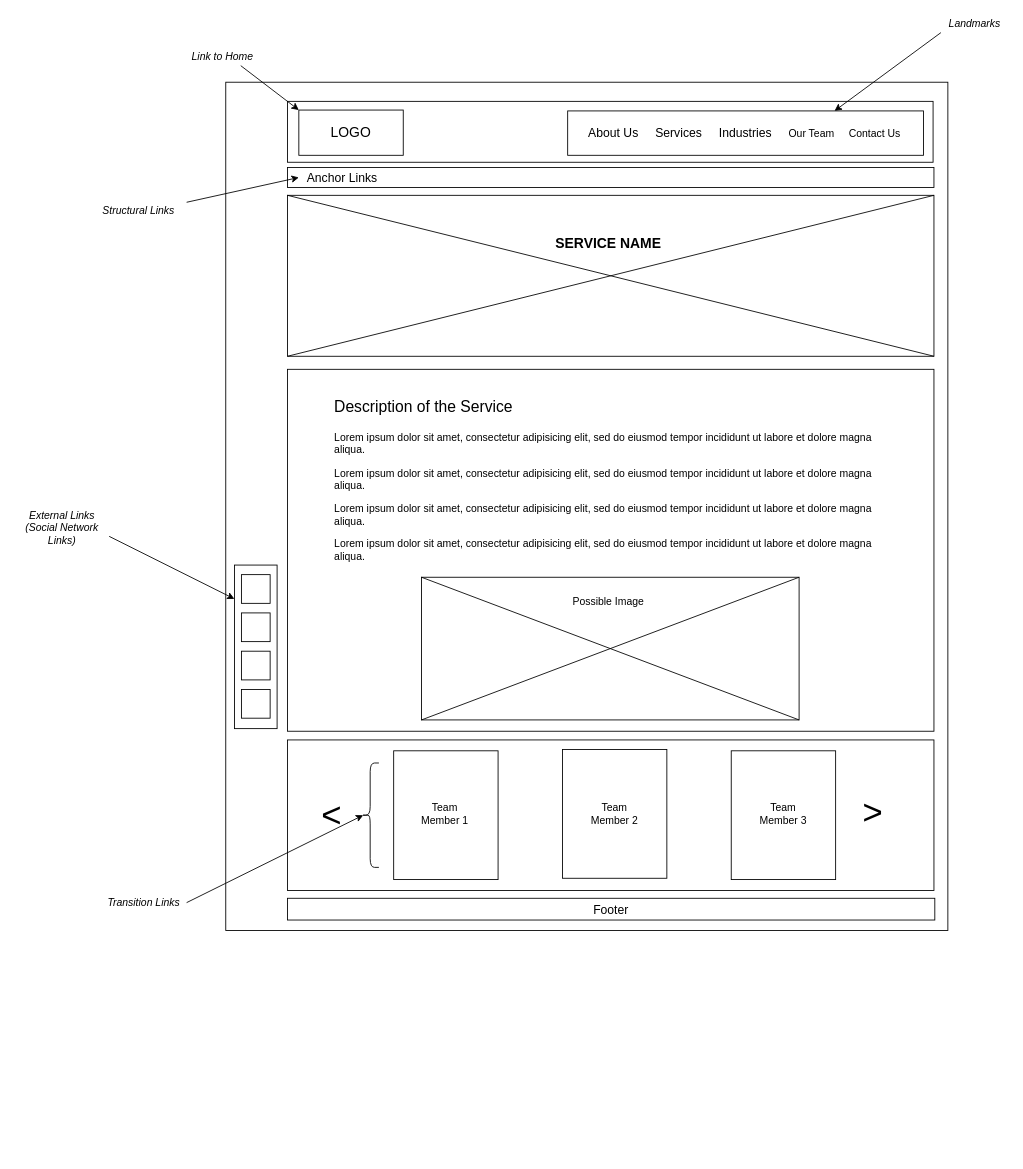
Before: Design Documents/Frameworks/Services.drawio in manzomanze/HypermediaApplicationsProject-Manzella-Messuti-Pelagatti-Pellizzer, a draw.io diagram. Source tidied: cells renumbered, new cells numbered last; positions are measured from the earlier drawing's top-left corner, leaving out a move shared by most shapes. Both pictures are drawn from the tidied source at 87%, with x=0, y=0 at pixel (15, 15).
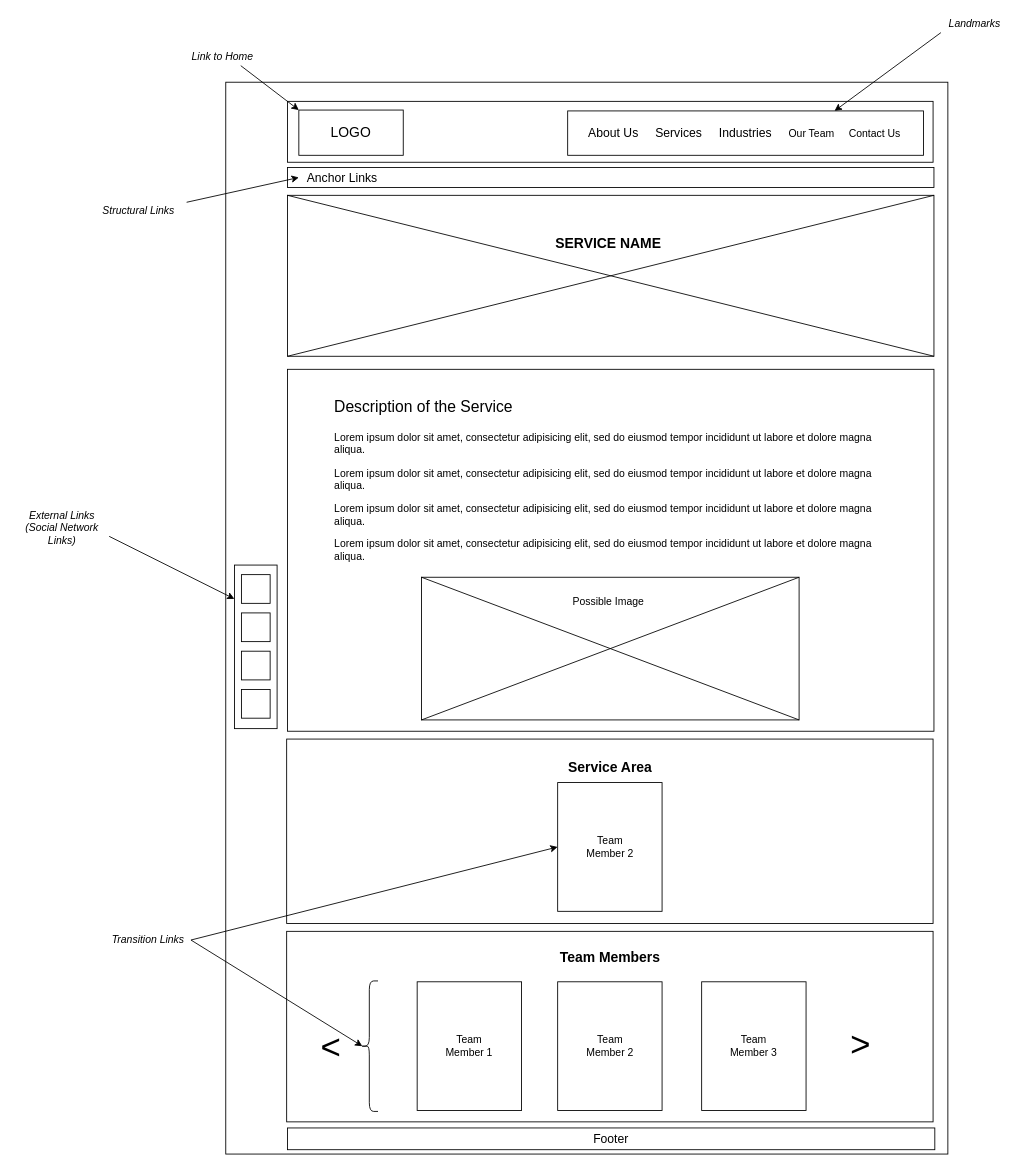
The same page after the edit.

The edit, as a diff of the source:
```diff
@@
     <mxCell id="2" style="rounded=0;whiteSpace=wrap;html=1;fillColor=none;" parent="1" vertex="1">
-      <mxGeometry x="242" y="77" width="830" height="975" as="geometry" />
+      <mxGeometry x="242" y="77" width="830" height="1232" as="geometry" />
     </mxCell>
@@
     <mxCell id="25" style="group;" parent="1" vertex="1">
-      <mxGeometry x="313" y="833" width="743" height="173" as="geometry" />
+      <mxGeometry x="312" y="1053" width="765" height="223" as="geometry" />
     </mxCell>
     <mxCell id="26" style="rounded=0;whiteSpace=wrap;html=1;fillColor=none;strokeColor=#000000;" parent="25" vertex="1">
-      <mxGeometry width="743" height="173" as="geometry" />
+      <mxGeometry width="743" height="219" as="geometry" />
     </mxCell>
-    <mxCell id="27" style="rounded=0;whiteSpace=wrap;html=1;fillColor=none;strokeColor=#000000;" parent="25" vertex="1">
-      <mxGeometry x="122" y="12.5" width="120" height="148" as="geometry" />
-    </mxCell>
-    <mxCell id="28" style="rounded=0;whiteSpace=wrap;html=1;fillColor=none;strokeColor=#000000;" parent="25" vertex="1">
-      <mxGeometry x="316" y="11" width="120" height="148" as="geometry" />
-    </mxCell>
-    <mxCell id="29" style="rounded=0;whiteSpace=wrap;html=1;fillColor=none;strokeColor=#000000;" parent="25" vertex="1">
-      <mxGeometry x="510" y="12.5" width="120" height="148" as="geometry" />
-    </mxCell>
     <mxCell id="30" value="&lt;font style=&quot;font-size: 40px&quot;&gt;&amp;lt;&lt;/font&gt;" style="text;html=1;strokeColor=none;fillColor=none;align=center;verticalAlign=middle;whiteSpace=wrap;rounded=0;" parent="25" vertex="1">
-      <mxGeometry x="31" y="62.5" width="40" height="45" as="geometry" />
+      <mxGeometry x="31" y="103.5" width="40" height="57" as="geometry" />
     </mxCell>
     <mxCell id="31" value="&lt;font style=&quot;font-size: 40px&quot;&gt;&amp;lt;&lt;/font&gt;" style="text;html=1;strokeColor=none;fillColor=none;align=center;verticalAlign=middle;whiteSpace=wrap;rounded=0;rotation=-180;" parent="25" vertex="1">
-      <mxGeometry x="653" y="64" width="40" height="45" as="geometry" />
+      <mxGeometry x="640" y="103.5" width="40" height="57" as="geometry" />
     </mxCell>
+    <mxCell id="35" style="shape=curlyBracket;whiteSpace=wrap;html=1;rounded=1;strokeColor=#000000;fillColor=none;" parent="25" vertex="1">
+      <mxGeometry x="85" y="57" width="20" height="150" as="geometry" />
+    </mxCell>
+    <mxCell id="46" style="rounded=0;whiteSpace=wrap;html=1;fillColor=none;strokeColor=#000000;" parent="25" vertex="1">
+      <mxGeometry x="150" y="58" width="120" height="148" as="geometry" />
+    </mxCell>
     <mxCell id="32" value="Team Member 1" style="text;html=1;strokeColor=none;fillColor=none;align=center;verticalAlign=middle;whiteSpace=wrap;rounded=0;" parent="25" vertex="1">
-      <mxGeometry x="148" y="75" width="66" height="20" as="geometry" />
+      <mxGeometry x="177" y="119.3" width="66" height="25.3" as="geometry" />
     </mxCell>
-    <mxCell id="33" value="Team Member 2" style="text;html=1;strokeColor=none;fillColor=none;align=center;verticalAlign=middle;whiteSpace=wrap;rounded=0;" parent="25" vertex="1">
-      <mxGeometry x="343" y="75" width="66" height="20" as="geometry" />
-    </mxCell>
+    <mxCell id="47" style="rounded=0;whiteSpace=wrap;html=1;fillColor=none;strokeColor=#000000;" parent="25" vertex="1">
+      <mxGeometry x="311.5" y="58" width="120" height="148" as="geometry" />
+    </mxCell>
+    <mxCell id="48" style="rounded=0;whiteSpace=wrap;html=1;fillColor=none;strokeColor=#000000;" parent="25" vertex="1">
+      <mxGeometry x="477" y="58" width="120" height="148" as="geometry" />
+    </mxCell>
+    <mxCell id="49" value="&lt;div&gt;Team Member 2&lt;/div&gt;" style="text;html=1;strokeColor=none;fillColor=none;align=center;verticalAlign=middle;whiteSpace=wrap;rounded=0;" parent="25" vertex="1">
+      <mxGeometry x="338.5" y="119.3" width="66" height="25.3" as="geometry" />
+    </mxCell>
-    <mxCell id="34" value="Team Member 3" style="text;html=1;strokeColor=none;fillColor=none;align=center;verticalAlign=middle;whiteSpace=wrap;rounded=0;" parent="25" vertex="1">
-      <mxGeometry x="537" y="75" width="66" height="20" as="geometry" />
+    <mxCell id="34" value="&lt;div&gt;Team Member 3&lt;/div&gt;" style="text;html=1;strokeColor=none;fillColor=none;align=center;verticalAlign=middle;whiteSpace=wrap;rounded=0;" parent="25" vertex="1">
+      <mxGeometry x="504" y="119.3" width="66" height="25.3" as="geometry" />
     </mxCell>
-    <mxCell id="35" style="shape=curlyBracket;whiteSpace=wrap;html=1;rounded=1;strokeColor=#000000;fillColor=none;" parent="25" vertex="1">
-      <mxGeometry x="85" y="26.5" width="20" height="120" as="geometry" />
-    </mxCell>
+    <mxCell id="50" value="&lt;font size=&quot;1&quot;&gt;&lt;b style=&quot;font-size: 16px&quot;&gt;Team Members&lt;/b&gt;&lt;/font&gt;" style="text;html=1;strokeColor=none;fillColor=none;align=center;verticalAlign=middle;whiteSpace=wrap;rounded=0;" parent="25" vertex="1">
+      <mxGeometry x="291.8" y="20" width="159.5" height="20" as="geometry" />
+    </mxCell>
     <mxCell id="36" value="&lt;font style=&quot;font-size: 14px&quot;&gt;Footer&lt;/font&gt;" style="rounded=0;whiteSpace=wrap;html=1;strokeColor=#000000;fillColor=none;" parent="1" vertex="1">
-      <mxGeometry x="313" y="1015" width="744" height="25" as="geometry" />
+      <mxGeometry x="313" y="1279" width="744" height="25" as="geometry" />
     </mxCell>
@@
     <mxCell id="44" value="&lt;i&gt;Transition Links&lt;/i&gt;" style="text;html=1;strokeColor=none;fillColor=none;align=center;verticalAlign=middle;whiteSpace=wrap;rounded=0;" parent="1" vertex="1">
-      <mxGeometry x="99" y="1010" width="98" height="20" as="geometry" />
+      <mxGeometry x="104" y="1053" width="98" height="20" as="geometry" />
     </mxCell>
@@
+    <mxCell id="51" style="group;" parent="1" vertex="1">
+      <mxGeometry x="312" y="832" width="743" height="212" as="geometry" />
+    </mxCell>
+    <mxCell id="52" style="rounded=0;whiteSpace=wrap;html=1;fillColor=none;strokeColor=#000000;" parent="51" vertex="1">
+      <mxGeometry width="743" height="212" as="geometry" />
+    </mxCell>
+    <mxCell id="33" value="Team Member 2" style="text;html=1;strokeColor=none;fillColor=none;align=center;verticalAlign=middle;whiteSpace=wrap;rounded=0;" parent="51" vertex="1">
+      <mxGeometry x="338.5" y="111.7" width="66" height="24.5" as="geometry" />
+    </mxCell>
+    <mxCell id="53" value="&lt;b&gt;&lt;font style=&quot;font-size: 16px&quot;&gt;Service Area&lt;/font&gt;&lt;/b&gt;" style="text;html=1;strokeColor=none;fillColor=none;align=center;verticalAlign=middle;whiteSpace=wrap;rounded=0;" parent="51" vertex="1">
+      <mxGeometry x="321.8" y="22" width="99.5" height="20" as="geometry" />
+    </mxCell>
+    <mxCell id="54" style="rounded=0;whiteSpace=wrap;html=1;fillColor=none;strokeColor=#000000;" parent="51" vertex="1">
+      <mxGeometry x="311.5" y="50" width="120" height="148" as="geometry" />
+    </mxCell>
+    <mxCell id="55" style="endArrow=classic;html=1;exitX=1;exitY=0.5;exitDx=0;exitDy=0;entryX=0;entryY=0.5;entryDx=0;entryDy=0;" parent="1" edge="1" source="44" target="54">
+      <mxGeometry relative="1" as="geometry" />
+    </mxCell>
```
